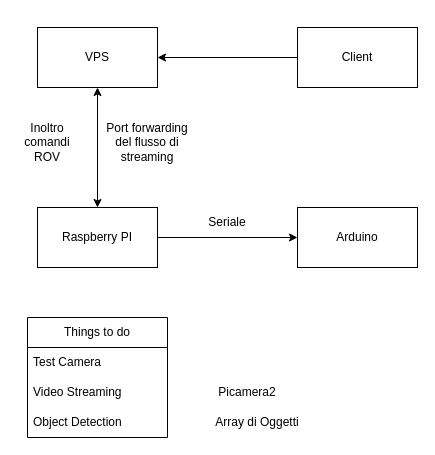
Before: architettura_pathfindeer.drawio in callmerichie/Pathfinder_ROV, a draw.io diagram. Source tidied: cells renumbered, new cells numbered last; positions are measured from the earlier drawing's top-left corner, leaving out a move shared by most shapes. Both pictures are drawn from the tidied source at 100%, with x=0, y=0 at pixel (17, 27).
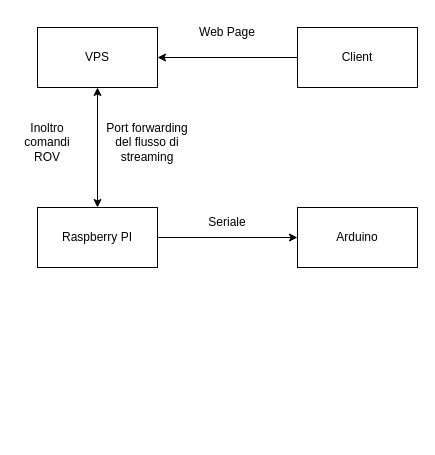
The same page after the edit.

Commit message (it also covers changes not shown here):
Photo and Video Testing Remotely

The edit, as a diff of the source:
```diff
@@
 <mxGraphModel>
   <root>
     <mxCell id="0" />
     <mxCell id="1" parent="0" />
     <mxCell id="2" style="edgeStyle=orthogonalEdgeStyle;rounded=0;jettySize=auto;html=1;entryX=0;entryY=0.5;entryDx=0;entryDy=0;" parent="1" edge="1" source="3" target="4">
       <mxGeometry relative="1" as="geometry" />
     </mxCell>
     <mxCell id="3" value="Raspberry PI" style="rounded=0;whiteSpace=wrap;html=1;" parent="1" vertex="1">
       <mxGeometry x="20" y="180" width="120" height="60" as="geometry" />
     </mxCell>
     <mxCell id="4" value="Arduino" style="rounded=0;whiteSpace=wrap;html=1;" parent="1" vertex="1">
       <mxGeometry x="280" y="180" width="120" height="60" as="geometry" />
     </mxCell>
     <mxCell id="5" value="&lt;div&gt;Seriale&lt;/div&gt;" style="text;html=1;whiteSpace=wrap;strokeColor=none;fillColor=none;align=center;verticalAlign=middle;rounded=0;" parent="1" vertex="1">
       <mxGeometry x="180" y="180" width="60" height="30" as="geometry" />
     </mxCell>
-    <mxCell id="6" value="Things to do" style="swimlane;fontStyle=0;horizontal=1;startSize=30;whiteSpace=wrap;html=1;" parent="1" vertex="1">
-      <mxGeometry x="10" y="290" width="140" height="120" as="geometry" />
-    </mxCell>
-    <mxCell id="7" value="Test Camera" style="text;strokeColor=none;fillColor=none;align=left;verticalAlign=middle;spacingLeft=4;spacingRight=4;overflow=hidden;whiteSpace=wrap;html=1;" parent="6" vertex="1">
-      <mxGeometry y="30" width="140" height="30" as="geometry" />
-    </mxCell>
-    <mxCell id="8" value="Video Streaming" style="text;strokeColor=none;fillColor=none;align=left;verticalAlign=middle;spacingLeft=4;spacingRight=4;overflow=hidden;whiteSpace=wrap;html=1;" parent="6" vertex="1">
-      <mxGeometry y="60" width="140" height="30" as="geometry" />
-    </mxCell>
-    <mxCell id="9" value="Object Detection" style="text;strokeColor=none;fillColor=none;align=left;verticalAlign=middle;spacingLeft=4;spacingRight=4;overflow=hidden;whiteSpace=wrap;html=1;" parent="6" vertex="1">
-      <mxGeometry y="90" width="140" height="30" as="geometry" />
-    </mxCell>
-    <mxCell id="10" value="Array di Oggetti" style="text;html=1;whiteSpace=wrap;strokeColor=none;fillColor=none;align=center;verticalAlign=middle;rounded=0;" parent="1" vertex="1">
-      <mxGeometry x="190" y="380" width="100" height="30" as="geometry" />
-    </mxCell>
-    <mxCell id="11" value="Picamera2" style="text;html=1;whiteSpace=wrap;strokeColor=none;fillColor=none;align=center;verticalAlign=middle;rounded=0;" parent="1" vertex="1">
-      <mxGeometry x="200" y="350" width="60" height="30" as="geometry" />
-    </mxCell>
     <mxCell id="12" value="VPS" style="rounded=0;whiteSpace=wrap;html=1;" parent="1" vertex="1">
       <mxGeometry x="20" width="120" height="60" as="geometry" />
     </mxCell>
     <mxCell id="13" style="edgeStyle=orthogonalEdgeStyle;rounded=0;jettySize=auto;html=1;entryX=1;entryY=0.5;entryDx=0;entryDy=0;" parent="1" edge="1" source="14" target="12">
       <mxGeometry relative="1" as="geometry" />
     </mxCell>
     <mxCell id="14" value="Client" style="rounded=0;whiteSpace=wrap;html=1;" parent="1" vertex="1">
       <mxGeometry x="280" width="120" height="60" as="geometry" />
     </mxCell>
     <mxCell id="15" style="endArrow=classic;startArrow=classic;html=1;rounded=0;entryX=0.5;entryY=1;entryDx=0;entryDy=0;exitX=0.5;exitY=0;exitDx=0;exitDy=0;" parent="1" edge="1" source="3" target="12">
       <mxGeometry relative="1" as="geometry" />
     </mxCell>
     <mxCell id="16" value="Port&amp;nbsp;forwarding del flusso di streaming" style="text;html=1;whiteSpace=wrap;strokeColor=none;fillColor=none;align=center;verticalAlign=middle;rounded=0;" parent="1" vertex="1">
       <mxGeometry x="100" y="100" width="60" height="30" as="geometry" />
     </mxCell>
     <mxCell id="17" value="Inoltro comandi ROV" style="text;html=1;whiteSpace=wrap;strokeColor=none;fillColor=none;align=center;verticalAlign=middle;rounded=0;" parent="1" vertex="1">
       <mxGeometry y="100" width="60" height="30" as="geometry" />
     </mxCell>
+    <mxCell id="18" value="Web Page" style="text;html=1;whiteSpace=wrap;strokeColor=none;fillColor=none;align=center;verticalAlign=middle;rounded=0;" parent="1" vertex="1">
+      <mxGeometry x="180" y="-10" width="60" height="30" as="geometry" />
+    </mxCell>
   </root>
 </mxGraphModel>
```
